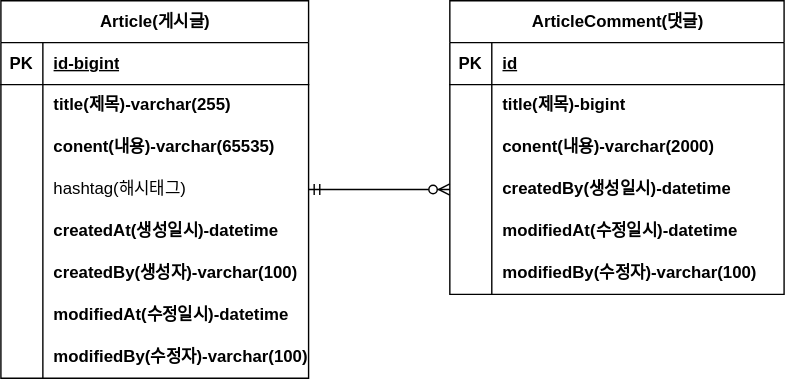
Above: document/project-board-erd.svg in eunyoung329/fastcampus-project-boardnew (draw.io), before the change. Source tidied: cells renumbered, new cells last; positions are measured from the earlier drawing's top-left corner, leaving out a move shared by most shapes.
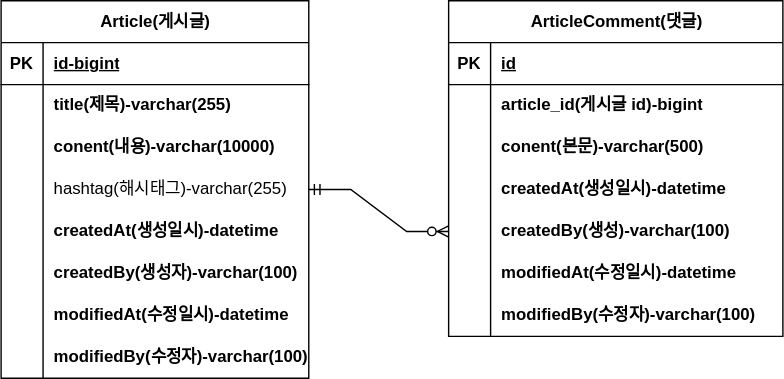
Later version of the same file.

Commit message:
#12-erd 업데이트-content사이즈변

The edit, as a diff of the source:
```diff
@@ -3,7 +3,7 @@
     <mxCell id="0" />
     <mxCell id="1" parent="0" />
     <mxCell id="2" value="Article(게시글)" style="shape=table;startSize=30;rowLines=0;fontStyle=1;align=center;html=1;" parent="1" vertex="1">
-      <mxGeometry width="220" height="270" as="geometry" />
+      <mxGeometry x="1" width="220" height="270" as="geometry" />
     </mxCell>
     <mxCell id="3" style="shape=tableRow;horizontal=0;startSize=0;swimlaneHead=0;swimlaneBody=0;fillColor=none;top=0;left=0;right=0;bottom=1;" parent="2" vertex="1">
       <mxGeometry y="30" width="220" height="30" as="geometry" />
@@ -29,7 +29,7 @@
     <mxCell id="10" style="shape=partialRectangle;fillColor=none;top=0;left=0;bottom=0;right=0;overflow=hidden;whiteSpace=wrap;html=1;" parent="9" vertex="1">
       <mxGeometry width="30" height="30" as="geometry" />
     </mxCell>
-    <mxCell id="11" value="conent(내용)-varchar(65535)" style="shape=partialRectangle;fillColor=none;top=0;left=0;bottom=0;right=0;align=left;spacingLeft=6;overflow=hidden;whiteSpace=wrap;html=1;fontStyle=1;" parent="9" vertex="1">
+    <mxCell id="11" value="conent(내용)-varchar(10000)" style="shape=partialRectangle;fillColor=none;top=0;left=0;bottom=0;right=0;align=left;spacingLeft=6;overflow=hidden;whiteSpace=wrap;html=1;fontStyle=1;" parent="9" vertex="1">
       <mxGeometry x="30" width="190" height="30" as="geometry" />
     </mxCell>
     <mxCell id="12" style="shape=tableRow;horizontal=0;startSize=0;swimlaneHead=0;swimlaneBody=0;fillColor=none;points=[[0,0.5],[1,0.5]];portConstraint=eastwest;top=0;left=0;right=0;bottom=0;" parent="2" vertex="1">
@@ -38,7 +38,7 @@
     <mxCell id="13" style="shape=partialRectangle;fillColor=none;top=0;left=0;bottom=0;right=0;overflow=hidden;whiteSpace=wrap;html=1;" parent="12" vertex="1">
       <mxGeometry width="30" height="30" as="geometry" />
     </mxCell>
-    <mxCell id="14" value="hashtag(해시태그)" style="shape=partialRectangle;fillColor=none;top=0;left=0;bottom=0;right=0;align=left;spacingLeft=6;overflow=hidden;whiteSpace=wrap;html=1;" parent="12" vertex="1">
+    <mxCell id="14" value="hashtag(해시태그)-varchar(255)" style="shape=partialRectangle;fillColor=none;top=0;left=0;bottom=0;right=0;align=left;spacingLeft=6;overflow=hidden;whiteSpace=wrap;html=1;" parent="12" vertex="1">
       <mxGeometry x="30" width="190" height="30" as="geometry" />
     </mxCell>
     <mxCell id="15" style="shape=tableRow;horizontal=0;startSize=0;swimlaneHead=0;swimlaneBody=0;fillColor=none;top=0;left=0;right=0;bottom=0;" parent="2" vertex="1">
@@ -78,7 +78,7 @@
       <mxGeometry x="30" width="190" height="30" as="geometry" />
     </mxCell>
     <mxCell id="27" value="ArticleComment(댓글)" style="shape=table;startSize=30;rowLines=0;fontStyle=1;align=center;html=1;" parent="1" vertex="1">
-      <mxGeometry x="321" width="239" height="210" as="geometry" />
+      <mxGeometry x="321" width="239" height="240" as="geometry" />
     </mxCell>
     <mxCell id="28" style="shape=tableRow;horizontal=0;startSize=0;swimlaneHead=0;swimlaneBody=0;fillColor=none;top=0;left=0;right=0;bottom=1;" parent="27" vertex="1">
       <mxGeometry y="30" width="239" height="30" as="geometry" />
@@ -95,7 +95,7 @@
     <mxCell id="32" style="shape=partialRectangle;fillColor=none;top=0;left=0;bottom=0;right=0;overflow=hidden;whiteSpace=wrap;html=1;" parent="31" vertex="1">
       <mxGeometry width="30" height="30" as="geometry" />
     </mxCell>
-    <mxCell id="33" value="title(제목)-bigint" style="shape=partialRectangle;fillColor=none;top=0;left=0;bottom=0;right=0;align=left;spacingLeft=6;overflow=hidden;whiteSpace=wrap;html=1;fontStyle=1;" parent="31" vertex="1">
+    <mxCell id="33" value="article_id(게시글 id)-bigint" style="shape=partialRectangle;fillColor=none;top=0;left=0;bottom=0;right=0;align=left;spacingLeft=6;overflow=hidden;whiteSpace=wrap;html=1;fontStyle=1;" parent="31" vertex="1">
       <mxGeometry x="30" width="209" height="30" as="geometry" />
     </mxCell>
     <mxCell id="34" style="shape=tableRow;horizontal=0;startSize=0;swimlaneHead=0;swimlaneBody=0;fillColor=none;top=0;left=0;right=0;bottom=0;" parent="27" vertex="1">
@@ -104,20 +104,29 @@
     <mxCell id="35" style="shape=partialRectangle;fillColor=none;top=0;left=0;bottom=0;right=0;overflow=hidden;whiteSpace=wrap;html=1;" parent="34" vertex="1">
       <mxGeometry width="30" height="30" as="geometry" />
     </mxCell>
-    <mxCell id="36" value="conent(내용)-varchar(2000)" style="shape=partialRectangle;fillColor=none;top=0;left=0;bottom=0;right=0;align=left;spacingLeft=6;overflow=hidden;whiteSpace=wrap;html=1;fontStyle=1;" parent="34" vertex="1">
+    <mxCell id="36" value="conent(본문)-varchar(500)" style="shape=partialRectangle;fillColor=none;top=0;left=0;bottom=0;right=0;align=left;spacingLeft=6;overflow=hidden;whiteSpace=wrap;html=1;fontStyle=1;" parent="34" vertex="1">
       <mxGeometry x="30" width="209" height="30" as="geometry" />
     </mxCell>
+    <mxCell id="47" style="shape=tableRow;horizontal=0;startSize=0;swimlaneHead=0;swimlaneBody=0;fillColor=none;top=0;left=0;right=0;bottom=0;" parent="27" vertex="1">
+      <mxGeometry y="120" width="239" height="30" as="geometry" />
+    </mxCell>
+    <mxCell id="48" style="shape=partialRectangle;fillColor=none;top=0;left=0;bottom=0;right=0;overflow=hidden;whiteSpace=wrap;html=1;" parent="47" vertex="1">
+      <mxGeometry width="30" height="30" as="geometry" />
+    </mxCell>
+    <mxCell id="49" value="createdAt(생성일시)-datetime" style="shape=partialRectangle;fillColor=none;top=0;left=0;bottom=0;right=0;align=left;spacingLeft=6;overflow=hidden;whiteSpace=wrap;html=1;fontStyle=1;" parent="47" vertex="1">
+      <mxGeometry x="30" width="209" height="30" as="geometry" />
+    </mxCell>
     <mxCell id="37" style="shape=tableRow;horizontal=0;startSize=0;swimlaneHead=0;swimlaneBody=0;fillColor=none;points=[[0,0.5],[1,0.5]];portConstraint=eastwest;top=0;left=0;right=0;bottom=0;" parent="27" vertex="1">
-      <mxGeometry y="120" width="239" height="30" as="geometry" />
+      <mxGeometry y="150" width="239" height="30" as="geometry" />
     </mxCell>
     <mxCell id="38" style="shape=partialRectangle;fillColor=none;top=0;left=0;bottom=0;right=0;overflow=hidden;whiteSpace=wrap;html=1;" parent="37" vertex="1">
       <mxGeometry width="30" height="30" as="geometry" />
     </mxCell>
-    <mxCell id="39" value="createdBy(생성일시)-datetime" style="shape=partialRectangle;fillColor=none;top=0;left=0;bottom=0;right=0;align=left;spacingLeft=6;overflow=hidden;whiteSpace=wrap;html=1;fontStyle=1;" parent="37" vertex="1">
+    <mxCell id="39" value="createdBy(생성)-varchar(100)" style="shape=partialRectangle;fillColor=none;top=0;left=0;bottom=0;right=0;align=left;spacingLeft=6;overflow=hidden;whiteSpace=wrap;html=1;fontStyle=1;" parent="37" vertex="1">
       <mxGeometry x="30" width="209" height="30" as="geometry" />
     </mxCell>
     <mxCell id="40" style="shape=tableRow;horizontal=0;startSize=0;swimlaneHead=0;swimlaneBody=0;fillColor=none;top=0;left=0;right=0;bottom=0;" parent="27" vertex="1">
-      <mxGeometry y="150" width="239" height="30" as="geometry" />
+      <mxGeometry y="180" width="239" height="30" as="geometry" />
     </mxCell>
     <mxCell id="41" style="shape=partialRectangle;fillColor=none;top=0;left=0;bottom=0;right=0;overflow=hidden;whiteSpace=wrap;html=1;" parent="40" vertex="1">
       <mxGeometry width="30" height="30" as="geometry" />
@@ -126,7 +135,7 @@
       <mxGeometry x="30" width="209" height="30" as="geometry" />
     </mxCell>
     <mxCell id="43" style="shape=tableRow;horizontal=0;startSize=0;swimlaneHead=0;swimlaneBody=0;fillColor=none;top=0;left=0;right=0;bottom=0;" parent="27" vertex="1">
-      <mxGeometry y="180" width="239" height="30" as="geometry" />
+      <mxGeometry y="210" width="239" height="30" as="geometry" />
     </mxCell>
     <mxCell id="44" style="shape=partialRectangle;fillColor=none;top=0;left=0;bottom=0;right=0;overflow=hidden;whiteSpace=wrap;html=1;" parent="43" vertex="1">
       <mxGeometry width="30" height="30" as="geometry" />
```
